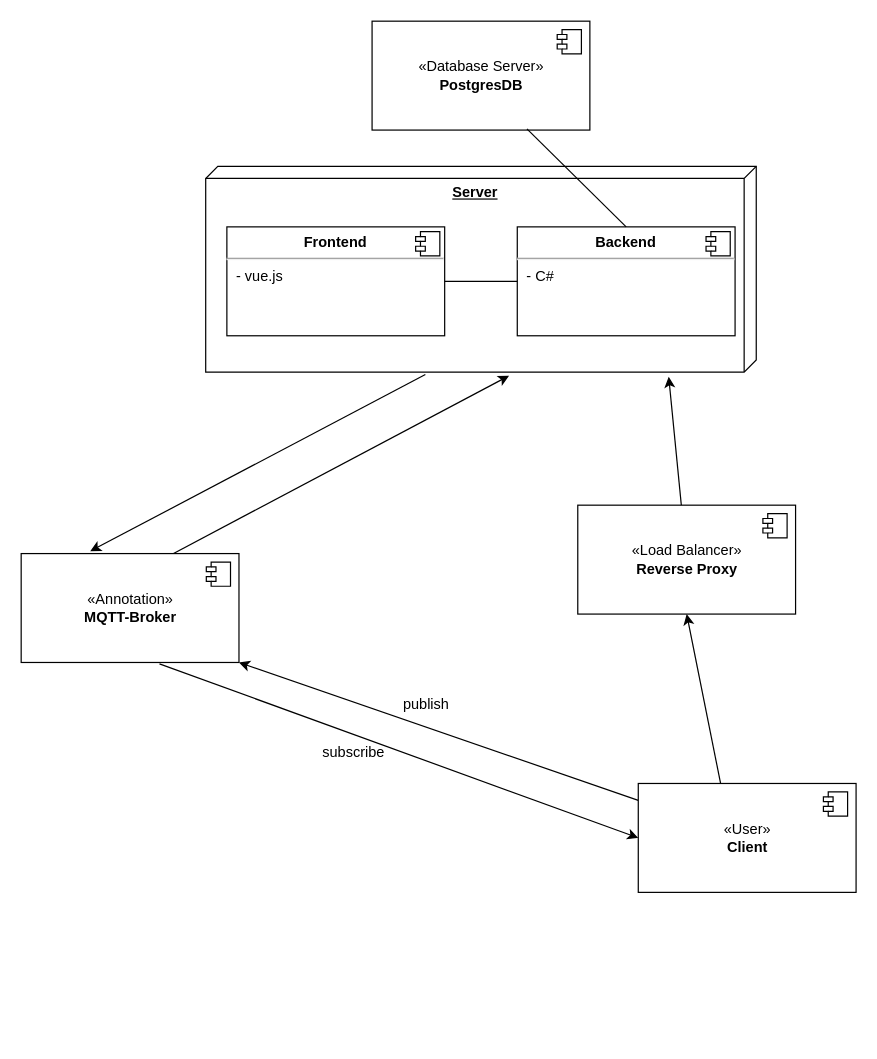
The draw.io diagram docs/architecture.drawio in jwiedenmann/tin21-sem4-todo-list, before the edit. Source tidied: cells renumbered, new cells numbered last; positions are measured from the earlier drawing's top-left corner, leaving out a move shared by most shapes. Both pictures are drawn from the tidied source at 121%, with x=0, y=0 at pixel (21, 21).
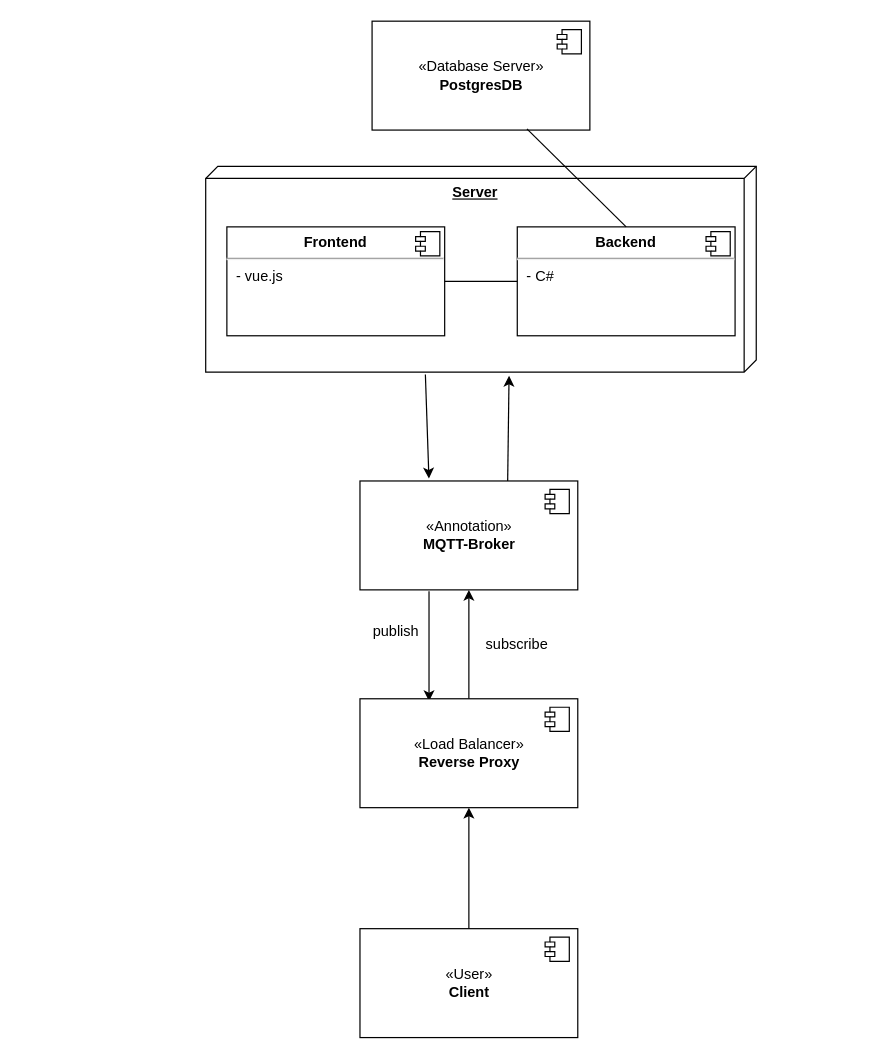
The same diagram, later.

Commit message:
edited architecture diagram

Unchanged cells that the change refers to:
```xml
<mxCell id="10" value="&lt;b&gt;Server&lt;/b&gt;" style="verticalAlign=top;align=center;spacingTop=8;spacingLeft=2;spacingRight=12;shape=cube;size=10;direction=south;fontStyle=4;html=1;" parent="1" vertex="1">
  <mxGeometry x="152.5" y="120" width="455" height="170" as="geometry" />
</mxCell>
```

Diff of the diagram source:
```diff
@@
-    <mxCell id="2" style="edgeStyle=none;html=1;entryX=1;entryY=1;entryDx=0;entryDy=0;" parent="1" edge="1" source="3" target="7">
+    <mxCell id="2" style="edgeStyle=none;html=1;" parent="1" edge="1" source="22" target="7">
       <mxGeometry relative="1" as="geometry" />
     </mxCell>
     <mxCell id="3" value="«User»&lt;br&gt;&lt;b&gt;Client&lt;/b&gt;" style="html=1;" parent="1" vertex="1">
-      <mxGeometry x="510" y="630" width="180" height="90" as="geometry" />
+      <mxGeometry x="280" y="750" width="180" height="90" as="geometry" />
     </mxCell>
@@
-    <mxCell id="5" style="edgeStyle=none;html=1;entryX=0;entryY=0.5;entryDx=0;entryDy=0;exitX=0.635;exitY=1.013;exitDx=0;exitDy=0;exitPerimeter=0;" parent="1" edge="1" source="7" target="3">
+    <mxCell id="5" style="edgeStyle=none;html=1;exitX=0.317;exitY=1.013;exitDx=0;exitDy=0;exitPerimeter=0;entryX=0.317;entryY=0.022;entryDx=0;entryDy=0;entryPerimeter=0;" parent="1" edge="1" source="7" target="22">
       <mxGeometry relative="1" as="geometry" />
     </mxCell>
@@
     <mxCell id="7" value="«Annotation»&lt;br&gt;&lt;b&gt;MQTT-Broker&lt;/b&gt;" style="html=1;" parent="1" vertex="1">
-      <mxGeometry y="440" width="180" height="90" as="geometry" />
+      <mxGeometry x="280" y="380" width="180" height="90" as="geometry" />
     </mxCell>
@@
-    <mxCell id="9" style="edgeStyle=none;html=1;exitX=1.012;exitY=0.601;exitDx=0;exitDy=0;exitPerimeter=0;entryX=0.317;entryY=-0.022;entryDx=0;entryDy=0;entryPerimeter=0;" parent="1" edge="1" source="10" target="7">
-      <mxGeometry relative="1" as="geometry" />
+    <mxCell id="9" style="edgeStyle=none;html=1;exitX=1.012;exitY=0.601;exitDx=0;exitDy=0;exitPerimeter=0;" parent="1" edge="1" source="10">
+      <mxGeometry relative="1" as="geometry">
+        <mxPoint x="337" y="378" as="targetPoint" />
+      </mxGeometry>
     </mxCell>
@@
     <mxCell id="17" value="publish" style="text;html=1;strokeColor=none;fillColor=none;align=center;verticalAlign=middle;whiteSpace=wrap;rounded=0;" parent="1" vertex="1">
-      <mxGeometry x="305" y="550" width="60" height="30" as="geometry" />
+      <mxGeometry x="280" y="490" width="60" height="30" as="geometry" />
     </mxCell>
     <mxCell id="18" value="subscribe" style="text;html=1;strokeColor=none;fillColor=none;align=center;verticalAlign=middle;whiteSpace=wrap;rounded=0;" parent="1" vertex="1">
-      <mxGeometry x="245" y="590" width="60" height="30" as="geometry" />
+      <mxGeometry x="380" y="500" width="60" height="30" as="geometry" />
     </mxCell>
-    <mxCell id="19" style="endArrow=classic;html=1;exitX=0.378;exitY=0;exitDx=0;exitDy=0;exitPerimeter=0;entryX=0.5;entryY=1;entryDx=0;entryDy=0;" parent="1" edge="1" source="3" target="22">
+    <mxCell id="19" style="endArrow=classic;html=1;exitX=0.5;exitY=0;exitDx=0;exitDy=0;entryX=0.5;entryY=1;entryDx=0;entryDy=0;" parent="1" edge="1" source="3" target="22">
       <mxGeometry relative="1" as="geometry" />
     </mxCell>
@@
     <mxCell id="22" value="«Load Balancer»&lt;br&gt;&lt;b&gt;Reverse Proxy&lt;/b&gt;" style="html=1;" parent="1" vertex="1">
-      <mxGeometry x="460" y="400" width="180" height="90" as="geometry" />
+      <mxGeometry x="280" y="560" width="180" height="90" as="geometry" />
     </mxCell>
@@
-    <mxCell id="24" style="endArrow=classic;html=1;entryX=1.023;entryY=0.159;entryDx=0;entryDy=0;entryPerimeter=0;" parent="1" edge="1" source="22" target="10">
-      <mxGeometry relative="1" as="geometry" />
-    </mxCell>
```
